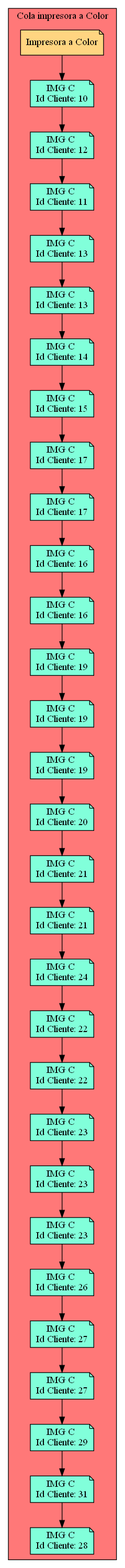
Above: Cola_Print_color.png in Serch-ING/EDD_UDRAWING_202000119 (Graphviz), before the change. Its source is kept beside it as Cola_Print_color.dot.
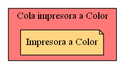
After the change.

Change to the diagram source:
```diff
@@ -3,119 +3,4 @@
 subgraph cluster_p{
     label= " Cola impresora a Color "
  raiz[label = "Impresora a Color" fillcolor="#FFD581" ]    bgcolor = "#FF7878"
-Nodo350068407[label="IMG C
-Id Cliente: 10",fillcolor="#81FFDA"]
-Nodo1021436681[label="IMG C
-Id Cliente: 12",fillcolor="#81FFDA"]
-Nodo1790585734[label="IMG C
-Id Cliente: 11",fillcolor="#81FFDA"]
-Nodo842741472[label="IMG C
-Id Cliente: 13",fillcolor="#81FFDA"]
-Nodo1156304131[label="IMG C
-Id Cliente: 13",fillcolor="#81FFDA"]
-Nodo1332668132[label="IMG C
-Id Cliente: 14",fillcolor="#81FFDA"]
-Nodo1496355635[label="IMG C
-Id Cliente: 15",fillcolor="#81FFDA"]
-Nodo1499136125[label="IMG C
-Id Cliente: 17",fillcolor="#81FFDA"]
-Nodo1926343982[label="IMG C
-Id Cliente: 17",fillcolor="#81FFDA"]
-Nodo762476028[label="IMG C
-Id Cliente: 16",fillcolor="#81FFDA"]
-Nodo966739377[label="IMG C
-Id Cliente: 16",fillcolor="#81FFDA"]
-Nodo361571968[label="IMG C
-Id Cliente: 19",fillcolor="#81FFDA"]
-Nodo2005169944[label="IMG C
-Id Cliente: 19",fillcolor="#81FFDA"]
-Nodo2134607032[label="IMG C
-Id Cliente: 19",fillcolor="#81FFDA"]
-Nodo1470344997[label="IMG C
-Id Cliente: 20",fillcolor="#81FFDA"]
-Nodo1226020905[label="IMG C
-Id Cliente: 21",fillcolor="#81FFDA"]
-Nodo156856360[label="IMG C
-Id Cliente: 21",fillcolor="#81FFDA"]
-Nodo319644606[label="IMG C
-Id Cliente: 24",fillcolor="#81FFDA"]
-Nodo1118078504[label="IMG C
-Id Cliente: 22",fillcolor="#81FFDA"]
-Nodo691690486[label="IMG C
-Id Cliente: 22",fillcolor="#81FFDA"]
-Nodo1083962448[label="IMG C
-Id Cliente: 23",fillcolor="#81FFDA"]
-Nodo953742666[label="IMG C
-Id Cliente: 23",fillcolor="#81FFDA"]
-Nodo1239759990[label="IMG C
-Id Cliente: 23",fillcolor="#81FFDA"]
-Nodo883151184[label="IMG C
-Id Cliente: 26",fillcolor="#81FFDA"]
-Nodo447718425[label="IMG C
-Id Cliente: 27",fillcolor="#81FFDA"]
-Nodo1206569586[label="IMG C
-Id Cliente: 27",fillcolor="#81FFDA"]
-Nodo1427381743[label="IMG C
-Id Cliente: 29",fillcolor="#81FFDA"]
-Nodo1047087935[label="IMG C
-Id Cliente: 31",fillcolor="#81FFDA"]
-Nodo464887938[label="IMG C
-Id Cliente: 28",fillcolor="#81FFDA"]
-
-raiz->Nodo350068407
-Nodo350068407 -> Nodo1021436681
-
-Nodo1021436681 -> Nodo1790585734
-
-Nodo1790585734 -> Nodo842741472
-
-Nodo842741472 -> Nodo1156304131
-
-Nodo1156304131 -> Nodo1332668132
-
-Nodo1332668132 -> Nodo1496355635
-
-Nodo1496355635 -> Nodo1499136125
-
-Nodo1499136125 -> Nodo1926343982
-
-Nodo1926343982 -> Nodo762476028
-
-Nodo762476028 -> Nodo966739377
-
-Nodo966739377 -> Nodo361571968
-
-Nodo361571968 -> Nodo2005169944
-
-Nodo2005169944 -> Nodo2134607032
-
-Nodo2134607032 -> Nodo1470344997
-
-Nodo1470344997 -> Nodo1226020905
-
-Nodo1226020905 -> Nodo156856360
-
-Nodo156856360 -> Nodo319644606
-
-Nodo319644606 -> Nodo1118078504
-
-Nodo1118078504 -> Nodo691690486
-
-Nodo691690486 -> Nodo1083962448
-
-Nodo1083962448 -> Nodo953742666
-
-Nodo953742666 -> Nodo1239759990
-
-Nodo1239759990 -> Nodo883151184
-
-Nodo883151184 -> Nodo447718425
-
-Nodo447718425 -> Nodo1206569586
-
-Nodo1206569586 -> Nodo1427381743
-
-Nodo1427381743 -> Nodo1047087935
-
-Nodo1047087935 -> Nodo464887938
 }}
```
